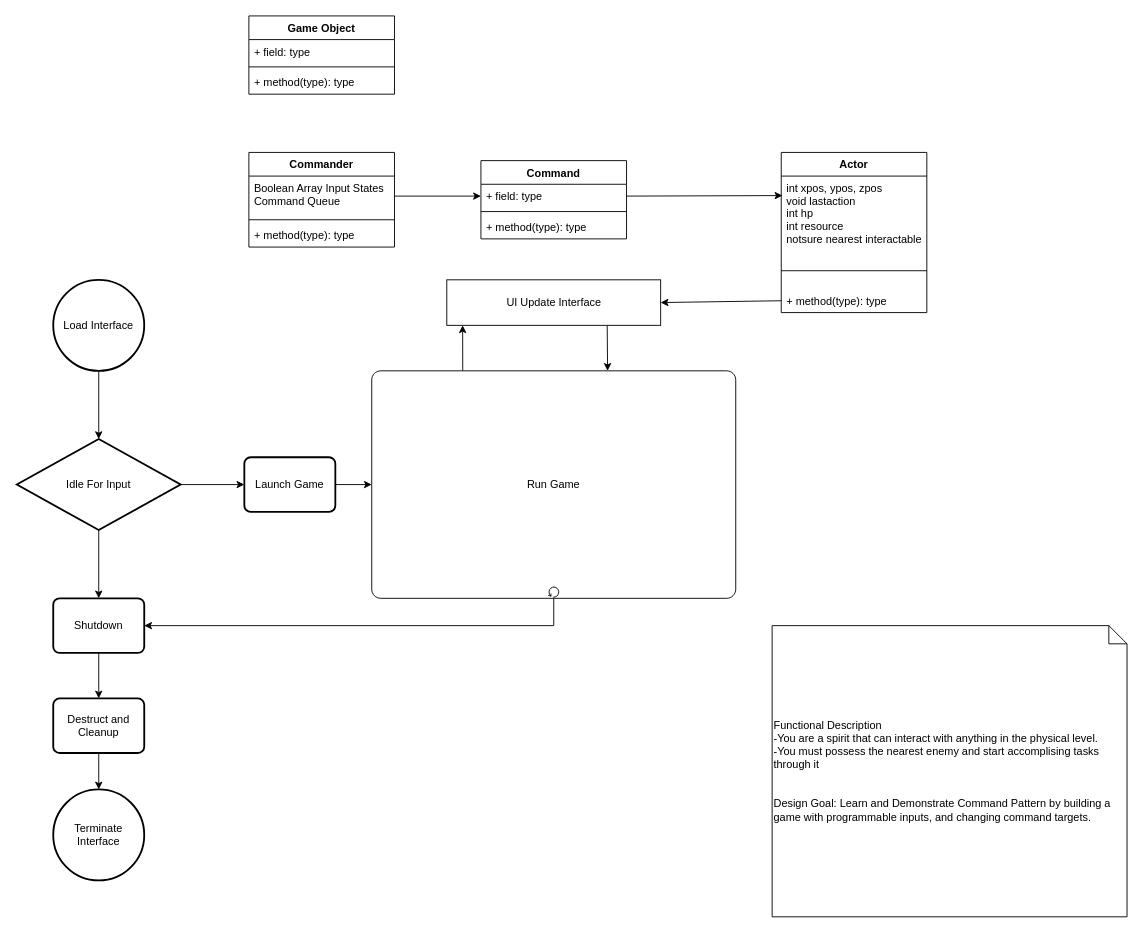
The draw.io diagram CommandPatternGame.drawio in KentonYoung/CPP-Portfolio, before the edit. Source tidied: cells renumbered, new cells numbered last; positions are measured from the earlier drawing's top-left corner, leaving out a move shared by most shapes. Both pictures are drawn from the tidied source at 91%, with x=0, y=0 at pixel (16, 15).
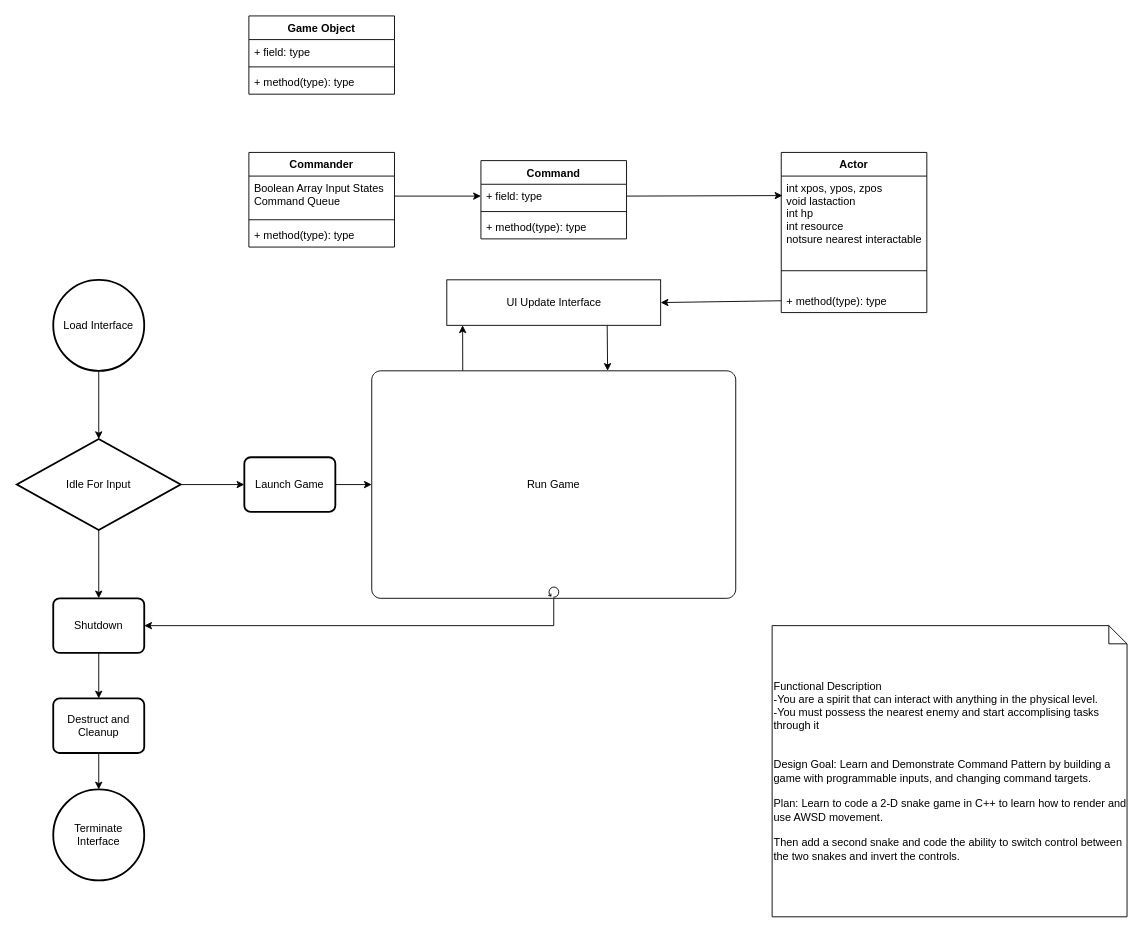
After the change.

Change to the diagram source:
```diff
@@
-    <mxCell id="38" value="Functional Description&lt;br&gt;-You are a spirit that can interact with anything in the physical level.&lt;br&gt;-You must possess the nearest enemy and start accomplising tasks through it&lt;br&gt;&lt;br&gt;&lt;br&gt;Design Goal: Learn and Demonstrate Command Pattern by building a game with programmable inputs, and changing command targets." style="shape=note;size=20;whiteSpace=wrap;html=1;align=left;" parent="1" vertex="1">
+    <mxCell id="38" value="Functional Description&lt;br&gt;-You are a spirit that can interact with anything in the physical level.&lt;br&gt;-You must possess the nearest enemy and start accomplising tasks through it&lt;br&gt;&lt;br&gt;&lt;br&gt;Design Goal: Learn and Demonstrate Command Pattern by building a game with programmable inputs, and changing command targets.&lt;br&gt;&lt;br&gt;Plan: Learn to code a 2-D snake game in C++ to learn how to render and use AWSD movement.&lt;br&gt;&lt;br&gt;Then add a second snake and code the ability to switch control between the two snakes and invert the controls." style="shape=note;size=20;whiteSpace=wrap;html=1;align=left;" parent="1" vertex="1">
       <mxGeometry x="830" y="670" width="390" height="320" as="geometry" />
     </mxCell>
```
